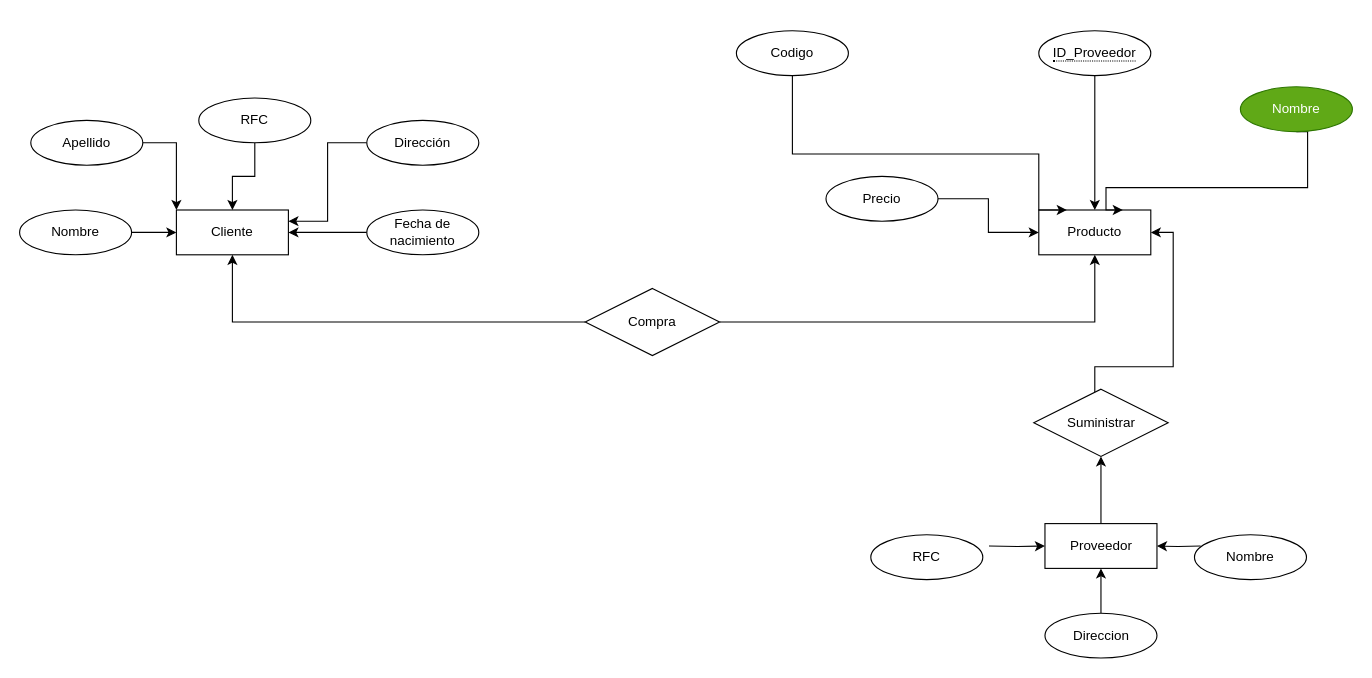
Before: modeloER/Ejercicio1.drawio in Gerardo2409/base_de_datos, a draw.io diagram. Source tidied: cells renumbered, new cells numbered last; positions are measured from the earlier drawing's top-left corner, leaving out a move shared by most shapes. Both pictures are drawn from the tidied source at 112%, with x=0, y=0 at pixel (19, 30).
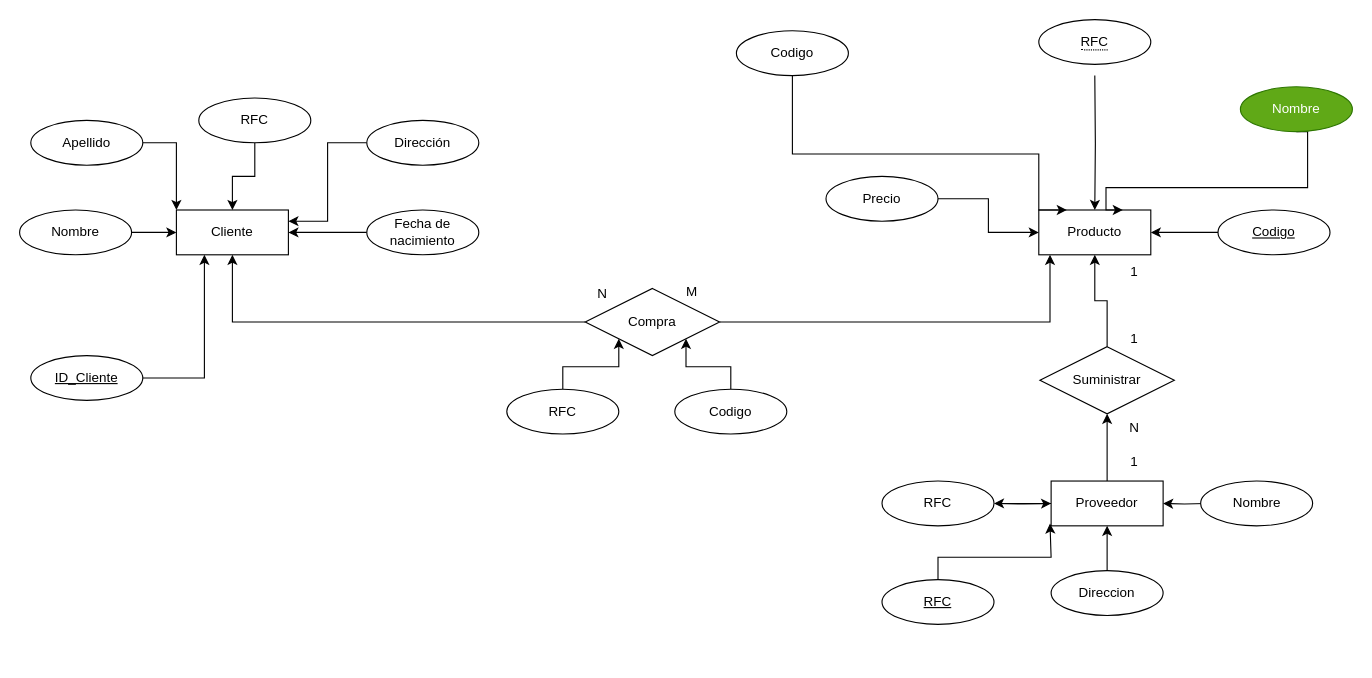
The same page after the edit.

Commit message:
Termine ejercicio1

The change refers to these unchanged cells:
```xml
<mxCell id="2" value="Cliente" style="whiteSpace=wrap;html=1;align=center;" parent="1" vertex="1">
  <mxGeometry x="140" y="160" width="100" height="40" as="geometry" />
</mxCell>
<mxCell id="15" value="Compra" style="shape=rhombus;perimeter=rhombusPerimeter;whiteSpace=wrap;html=1;align=center;" parent="1" vertex="1">
  <mxGeometry x="505" y="230" width="120" height="60" as="geometry" />
</mxCell>
<mxCell id="16" value="Producto" style="whiteSpace=wrap;html=1;align=center;" parent="1" vertex="1">
  <mxGeometry x="910" y="160" width="100" height="40" as="geometry" />
</mxCell>
```

What changed in the source:
```diff
@@
     <mxCell id="14" style="edgeStyle=orthogonalEdgeStyle;rounded=0;jettySize=auto;html=1;exitX=1;exitY=0.5;exitDx=0;exitDy=0;" parent="1" edge="1" source="15" target="16">
-      <mxGeometry relative="1" as="geometry" />
+      <mxGeometry relative="1" as="geometry">
+        <Array as="points">
+          <mxPoint x="920" y="260" />
+        </Array>
+      </mxGeometry>
     </mxCell>
@@
-    <mxCell id="17" style="edgeStyle=orthogonalEdgeStyle;rounded=0;jettySize=auto;html=1;entryX=1;entryY=0.5;entryDx=0;entryDy=0;" parent="1" edge="1" source="18" target="16">
-      <mxGeometry relative="1" as="geometry">
-        <Array as="points">
-          <mxPoint x="960" y="300" />
-          <mxPoint x="1030" y="300" />
-          <mxPoint x="1030" y="180" />
-        </Array>
-      </mxGeometry>
+    <mxCell id="17" style="edgeStyle=orthogonalEdgeStyle;rounded=0;jettySize=auto;html=1;" parent="1" edge="1" source="18" target="16">
+      <mxGeometry relative="1" as="geometry" />
     </mxCell>
     <mxCell id="18" value="Suministrar" style="shape=rhombus;perimeter=rhombusPerimeter;whiteSpace=wrap;html=1;align=center;" parent="1" vertex="1">
-      <mxGeometry x="905.5" y="320" width="120" height="60" as="geometry" />
+      <mxGeometry x="911" y="282" width="120" height="60" as="geometry" />
     </mxCell>
@@
+    <mxCell id="35" style="edgeStyle=orthogonalEdgeStyle;rounded=0;jettySize=auto;html=1;" parent="1" edge="1" source="20" target="22">
+      <mxGeometry relative="1" as="geometry" />
+    </mxCell>
     <mxCell id="20" value="Proveedor" style="whiteSpace=wrap;html=1;align=center;" parent="1" vertex="1">
-      <mxGeometry x="915.5" y="440" width="100" height="40" as="geometry" />
+      <mxGeometry x="921" y="402" width="100" height="40" as="geometry" />
     </mxCell>
     <mxCell id="21" style="edgeStyle=orthogonalEdgeStyle;rounded=0;jettySize=auto;html=1;" parent="1" edge="1" target="20">
       <mxGeometry relative="1" as="geometry">
-        <mxPoint x="865.5" y="460" as="sourcePoint" />
+        <mxPoint x="871" y="422" as="sourcePoint" />
       </mxGeometry>
     </mxCell>
     <mxCell id="22" value="RFC" style="ellipse;whiteSpace=wrap;html=1;align=center;" parent="1" vertex="1">
-      <mxGeometry x="760" y="450" width="100" height="40" as="geometry" />
+      <mxGeometry x="770" y="402" width="100" height="40" as="geometry" />
     </mxCell>
@@
     <mxCell id="24" value="Direccion" style="ellipse;whiteSpace=wrap;html=1;align=center;" parent="1" vertex="1">
-      <mxGeometry x="915.5" y="520" width="100" height="40" as="geometry" />
+      <mxGeometry x="921" y="482" width="100" height="40" as="geometry" />
     </mxCell>
     <mxCell id="25" style="edgeStyle=orthogonalEdgeStyle;rounded=0;jettySize=auto;html=1;" parent="1" edge="1" target="20">
       <mxGeometry relative="1" as="geometry">
-        <mxPoint x="1054.5" y="460" as="sourcePoint" />
+        <mxPoint x="1060" y="422" as="sourcePoint" />
       </mxGeometry>
     </mxCell>
     <mxCell id="26" value="Nombre" style="ellipse;whiteSpace=wrap;html=1;align=center;" parent="1" vertex="1">
-      <mxGeometry x="1049" y="450" width="100" height="40" as="geometry" />
+      <mxGeometry x="1054.5" y="402" width="100" height="40" as="geometry" />
     </mxCell>
-    <mxCell id="27" style="edgeStyle=orthogonalEdgeStyle;rounded=0;jettySize=auto;html=1;exitX=0.5;exitY=1;exitDx=0;exitDy=0;" parent="1" edge="1" source="28" target="16">
-      <mxGeometry relative="1" as="geometry" />
+    <mxCell id="27" style="edgeStyle=orthogonalEdgeStyle;rounded=0;jettySize=auto;html=1;exitX=0.5;exitY=1;exitDx=0;exitDy=0;" parent="1" edge="1" target="16">
+      <mxGeometry relative="1" as="geometry">
+        <mxPoint x="960" y="40" as="sourcePoint" />
+      </mxGeometry>
     </mxCell>
-    <mxCell id="28" value="&lt;span style=&quot;border-bottom: 1px dotted&quot;&gt;ID_Proveedor&lt;/span&gt;" style="ellipse;whiteSpace=wrap;html=1;align=center;" parent="1" vertex="1">
-      <mxGeometry x="910" width="100" height="40" as="geometry" />
-    </mxCell>
@@
+    <mxCell id="36" value="N" style="text;html=1;align=center;verticalAlign=middle;strokeColor=none;fillColor=none;" parent="1" vertex="1">
+      <mxGeometry x="505" y="220" width="30" height="30" as="geometry" />
+    </mxCell>
+    <mxCell id="37" value="M" style="text;html=1;align=center;verticalAlign=middle;strokeColor=none;fillColor=none;" parent="1" vertex="1">
+      <mxGeometry x="585" y="218" width="30" height="30" as="geometry" />
+    </mxCell>
+    <mxCell id="38" style="edgeStyle=orthogonalEdgeStyle;rounded=0;jettySize=auto;html=1;entryX=0.25;entryY=1;entryDx=0;entryDy=0;" parent="1" edge="1" source="39" target="2">
+      <mxGeometry relative="1" as="geometry" />
+    </mxCell>
+    <mxCell id="39" value="ID_Cliente" style="ellipse;whiteSpace=wrap;html=1;align=center;fontStyle=4;" parent="1" vertex="1">
+      <mxGeometry x="10" y="290" width="100" height="40" as="geometry" />
+    </mxCell>
+    <mxCell id="40" value="N" style="text;html=1;align=center;verticalAlign=middle;strokeColor=none;fillColor=none;" parent="1" vertex="1">
+      <mxGeometry x="980" y="340" width="30" height="30" as="geometry" />
+    </mxCell>
+    <mxCell id="41" value="1" style="text;html=1;align=center;verticalAlign=middle;strokeColor=none;fillColor=none;" parent="1" vertex="1">
+      <mxGeometry x="980" y="260" width="30" height="30" as="geometry" />
+    </mxCell>
+    <mxCell id="42" value="1" style="text;html=1;align=center;verticalAlign=middle;strokeColor=none;fillColor=none;" parent="1" vertex="1">
+      <mxGeometry x="980" y="200" width="30" height="30" as="geometry" />
+    </mxCell>
+    <mxCell id="43" value="1" style="text;html=1;align=center;verticalAlign=middle;strokeColor=none;fillColor=none;" parent="1" vertex="1">
+      <mxGeometry x="980" y="370" width="30" height="30" as="geometry" />
+    </mxCell>
+    <mxCell id="44" style="edgeStyle=orthogonalEdgeStyle;rounded=0;jettySize=auto;html=1;entryX=1;entryY=0.5;entryDx=0;entryDy=0;" parent="1" edge="1" source="45" target="16">
+      <mxGeometry relative="1" as="geometry" />
+    </mxCell>
+    <mxCell id="45" value="Codigo" style="ellipse;whiteSpace=wrap;html=1;align=center;fontStyle=4;" parent="1" vertex="1">
+      <mxGeometry x="1070" y="160" width="100" height="40" as="geometry" />
+    </mxCell>
+    <mxCell id="46" style="edgeStyle=orthogonalEdgeStyle;rounded=0;jettySize=auto;html=1;" parent="1" edge="1" source="47">
+      <mxGeometry relative="1" as="geometry">
+        <mxPoint x="920" y="440" as="targetPoint" />
+        <Array as="points">
+          <mxPoint x="820" y="470" />
+          <mxPoint x="921" y="470" />
+        </Array>
+      </mxGeometry>
+    </mxCell>
+    <mxCell id="47" value="RFC" style="ellipse;whiteSpace=wrap;html=1;align=center;fontStyle=4;" parent="1" vertex="1">
+      <mxGeometry x="770" y="490" width="100" height="40" as="geometry" />
+    </mxCell>
+    <mxCell id="48" style="edgeStyle=orthogonalEdgeStyle;rounded=0;jettySize=auto;html=1;entryX=0;entryY=1;entryDx=0;entryDy=0;" parent="1" edge="1" source="49" target="15">
+      <mxGeometry relative="1" as="geometry" />
+    </mxCell>
+    <mxCell id="49" value="RFC" style="ellipse;whiteSpace=wrap;html=1;align=center;" parent="1" vertex="1">
+      <mxGeometry x="435" y="320" width="100" height="40" as="geometry" />
+    </mxCell>
+    <mxCell id="50" style="edgeStyle=orthogonalEdgeStyle;rounded=0;jettySize=auto;html=1;entryX=1;entryY=1;entryDx=0;entryDy=0;" parent="1" edge="1" source="51" target="15">
+      <mxGeometry relative="1" as="geometry" />
+    </mxCell>
+    <mxCell id="51" value="Codigo" style="ellipse;whiteSpace=wrap;html=1;align=center;" parent="1" vertex="1">
+      <mxGeometry x="585" y="320" width="100" height="40" as="geometry" />
+    </mxCell>
+    <mxCell id="52" value="&lt;span style=&quot;border-bottom: 1px dotted&quot;&gt;RFC&lt;/span&gt;" style="ellipse;whiteSpace=wrap;html=1;align=center;" parent="1" vertex="1">
+      <mxGeometry x="910" y="-10" width="100" height="40" as="geometry" />
+    </mxCell>
```
